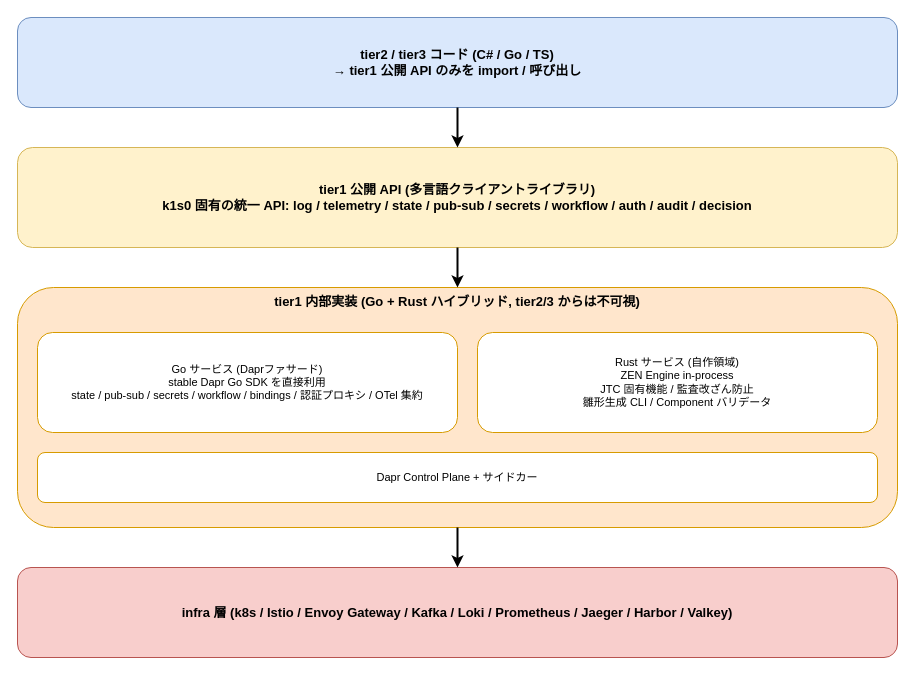
The draw.io diagram docs/01_企画/03_tier1設計/img/Dapr隠蔽.drawio in RyuheiKiso/k1s0, before the edit. Source tidied: cells renumbered, new cells numbered last; positions are measured from the earlier drawing's top-left corner, leaving out a move shared by most shapes. Both pictures are drawn from the tidied source at 100%, with x=0, y=0 at pixel (17, 17).
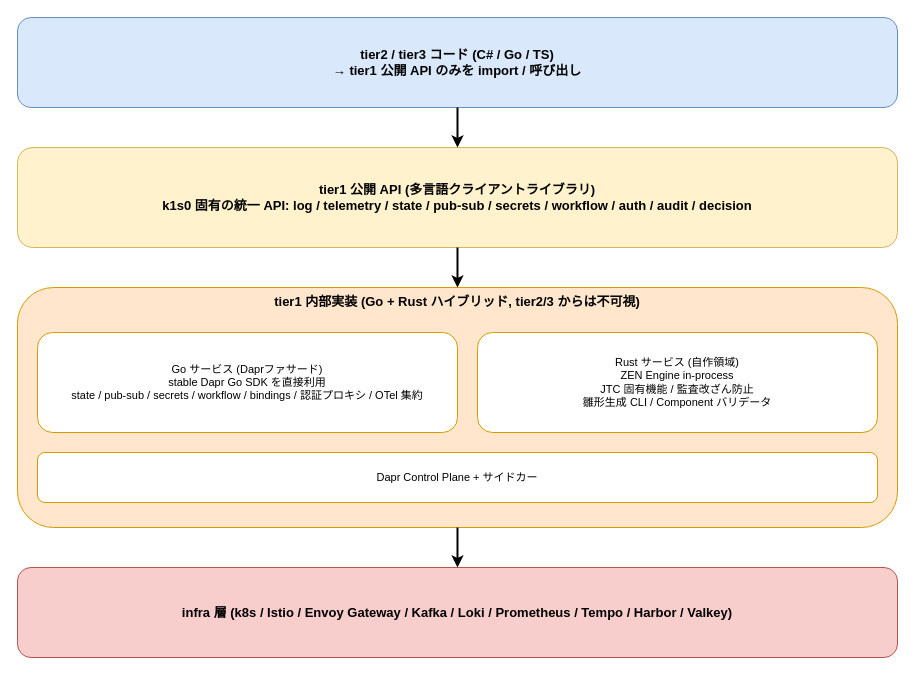
Above is the later version.

What changed in the source:
```diff
@@
 <mxGraphModel>
   <root>
     <mxCell id="0" />
     <mxCell id="1" parent="0" />
     <mxCell id="2" value="tier2 / tier3 コード (C# / Go / TS)&#10;→ tier1 公開 API のみを import / 呼び出し" style="rounded=1;whiteSpace=wrap;html=1;fillColor=#dae8fc;strokeColor=#6c8ebf;fontSize=13;fontStyle=1;align=center;" parent="1" vertex="1">
       <mxGeometry width="880" height="90" as="geometry" />
     </mxCell>
     <mxCell id="3" value="tier1 公開 API (多言語クライアントライブラリ)&#10;k1s0 固有の統一 API: log / telemetry / state / pub-sub / secrets / workflow / auth / audit / decision" style="rounded=1;whiteSpace=wrap;html=1;fillColor=#fff2cc;strokeColor=#d6b656;fontSize=13;fontStyle=1;align=center;" parent="1" vertex="1">
       <mxGeometry y="130" width="880" height="100" as="geometry" />
     </mxCell>
     <mxCell id="4" value="tier1 内部実装 (Go + Rust ハイブリッド, tier2/3 からは不可視)" style="rounded=1;whiteSpace=wrap;html=1;fillColor=#ffe6cc;strokeColor=#d79b00;fontSize=13;fontStyle=1;align=center;verticalAlign=top;" parent="1" vertex="1">
       <mxGeometry y="270" width="880" height="240" as="geometry" />
     </mxCell>
     <mxCell id="5" value="Go サービス (Daprファサード)&#10;stable Dapr Go SDK を直接利用&#10;state / pub-sub / secrets / workflow / bindings / 認証プロキシ / OTel 集約" style="rounded=1;whiteSpace=wrap;html=1;fillColor=#ffffff;strokeColor=#d79b00;fontSize=11;align=center;" parent="1" vertex="1">
       <mxGeometry x="20" y="315" width="420" height="100" as="geometry" />
     </mxCell>
     <mxCell id="6" value="Rust サービス (自作領域)&#10;ZEN Engine in-process&#10;JTC 固有機能 / 監査改ざん防止&#10;雛形生成 CLI / Component バリデータ" style="rounded=1;whiteSpace=wrap;html=1;fillColor=#ffffff;strokeColor=#d79b00;fontSize=11;align=center;" parent="1" vertex="1">
       <mxGeometry x="460" y="315" width="400" height="100" as="geometry" />
     </mxCell>
     <mxCell id="7" value="Dapr Control Plane + サイドカー" style="rounded=1;whiteSpace=wrap;html=1;fillColor=#ffffff;strokeColor=#d79b00;fontSize=11;align=center;" parent="1" vertex="1">
       <mxGeometry x="20" y="435" width="840" height="50" as="geometry" />
     </mxCell>
-    <mxCell id="8" value="infra 層 (k8s / Istio / Envoy Gateway / Kafka / Loki / Prometheus / Jaeger / Harbor / Valkey)" style="rounded=1;whiteSpace=wrap;html=1;fillColor=#f8cecc;strokeColor=#b85450;fontSize=13;fontStyle=1;align=center;" parent="1" vertex="1">
+    <mxCell id="8" value="infra 層 (k8s / Istio / Envoy Gateway / Kafka / Loki / Prometheus / Tempo / Harbor / Valkey)" style="rounded=1;whiteSpace=wrap;html=1;fillColor=#f8cecc;strokeColor=#b85450;fontSize=13;fontStyle=1;align=center;" parent="1" vertex="1">
       <mxGeometry y="550" width="880" height="90" as="geometry" />
     </mxCell>
     <mxCell id="9" style="endArrow=classic;html=1;strokeWidth=2;" parent="1" edge="1" source="2" target="3">
       <mxGeometry relative="1" as="geometry" />
     </mxCell>
     <mxCell id="10" style="endArrow=classic;html=1;strokeWidth=2;" parent="1" edge="1" source="3" target="4">
       <mxGeometry relative="1" as="geometry" />
     </mxCell>
     <mxCell id="11" style="endArrow=classic;html=1;strokeWidth=2;" parent="1" edge="1" source="4" target="8">
       <mxGeometry relative="1" as="geometry" />
     </mxCell>
   </root>
 </mxGraphModel>
```
